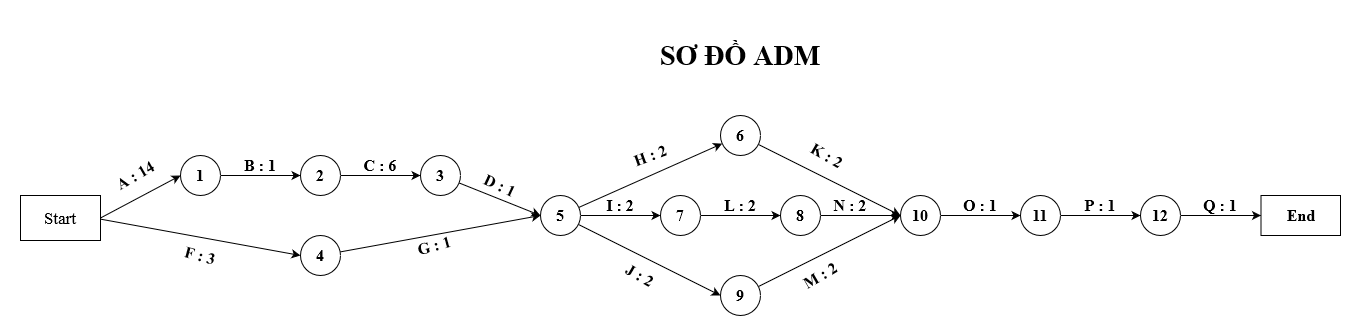
Above: Documents/ADM_Chart.png in H2Q318/HQN-Team (draw.io), before the change. Source tidied: cells renumbered, new cells last; positions are measured from the earlier drawing's top-left corner, leaving out a move shared by most shapes.
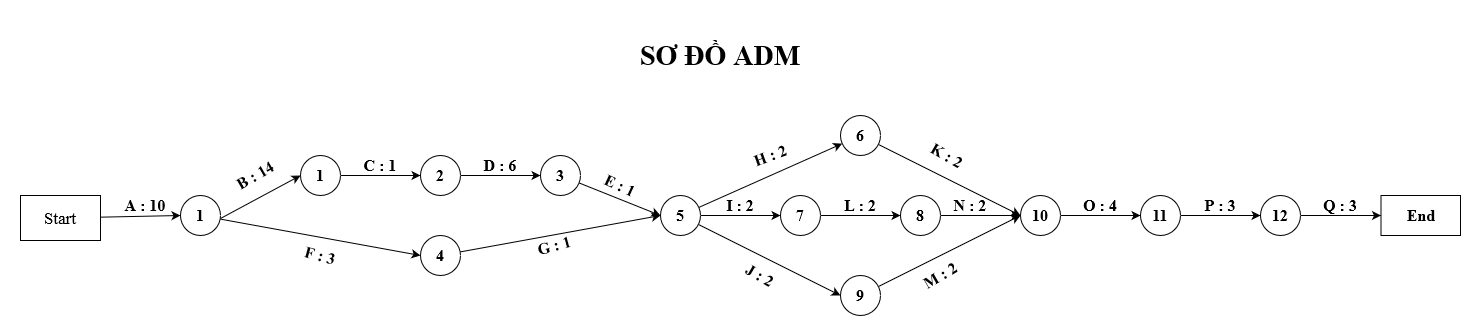
After the commit.

Diff of the diagram source:
```diff
@@ -2,8 +2,10 @@
   <root>
     <mxCell id="0" />
     <mxCell id="1" parent="0" />
-    <mxCell id="2" style="rounded=0;jettySize=auto;html=1;entryX=0;entryY=0.5;entryDx=0;entryDy=0;exitX=1;exitY=0.5;exitDx=0;exitDy=0;fontFamily=Times New Roman;fontSize=16;fontStyle=1;" parent="1" edge="1" source="47" target="5">
-      <mxGeometry relative="1" as="geometry" />
+    <mxCell id="2" style="rounded=0;jettySize=auto;html=1;entryX=0;entryY=0.5;entryDx=0;entryDy=0;fontFamily=Times New Roman;fontSize=16;fontStyle=1;" parent="1" edge="1" target="5">
+      <mxGeometry relative="1" as="geometry">
+        <mxPoint x="80" y="183" as="sourcePoint" />
+      </mxGeometry>
     </mxCell>
     <mxCell id="3" style="edgeStyle=none;rounded=0;jettySize=auto;html=1;entryX=0;entryY=0.5;entryDx=0;entryDy=0;fontFamily=Times New Roman;fontSize=16;fontStyle=1;" parent="1" edge="1" target="9">
       <mxGeometry relative="1" as="geometry">
@@ -92,13 +94,13 @@
     <mxCell id="29" value="12" style="ellipse;whiteSpace=wrap;html=1;fontFamily=Times New Roman;fontSize=16;fontStyle=1;" parent="1" vertex="1">
       <mxGeometry x="1120" y="160" width="40" height="40" as="geometry" />
     </mxCell>
-    <mxCell id="30" value="A : 14" style="text;html=1;strokeColor=none;fillColor=none;align=center;verticalAlign=middle;whiteSpace=wrap;rounded=0;rotation=-30;fontFamily=Times New Roman;fontSize=16;fontStyle=1;" parent="1" vertex="1">
+    <mxCell id="30" value="B : 14" style="text;html=1;strokeColor=none;fillColor=none;align=center;verticalAlign=middle;whiteSpace=wrap;rounded=0;rotation=-30;fontFamily=Times New Roman;fontSize=16;fontStyle=1;" parent="1" vertex="1">
       <mxGeometry x="89.5" y="130" width="50" height="20" as="geometry" />
     </mxCell>
-    <mxCell id="31" value="B : 1" style="text;html=1;strokeColor=none;fillColor=none;align=center;verticalAlign=middle;whiteSpace=wrap;rounded=0;fontFamily=Times New Roman;fontSize=16;fontStyle=1;" parent="1" vertex="1">
+    <mxCell id="31" value="C : 1" style="text;html=1;strokeColor=none;fillColor=none;align=center;verticalAlign=middle;whiteSpace=wrap;rounded=0;fontFamily=Times New Roman;fontSize=16;fontStyle=1;" parent="1" vertex="1">
       <mxGeometry x="220" y="120" width="40" height="20" as="geometry" />
     </mxCell>
-    <mxCell id="32" value="C : 6" style="text;html=1;strokeColor=none;fillColor=none;align=center;verticalAlign=middle;whiteSpace=wrap;rounded=0;fontFamily=Times New Roman;fontSize=16;fontStyle=1;" parent="1" vertex="1">
+    <mxCell id="32" value="D : 6" style="text;html=1;strokeColor=none;fillColor=none;align=center;verticalAlign=middle;whiteSpace=wrap;rounded=0;fontFamily=Times New Roman;fontSize=16;fontStyle=1;" parent="1" vertex="1">
       <mxGeometry x="340" y="120" width="40" height="20" as="geometry" />
     </mxCell>
     <mxCell id="33" value="J : 2" style="text;html=1;strokeColor=none;fillColor=none;align=center;verticalAlign=middle;whiteSpace=wrap;rounded=0;rotation=30;fontFamily=Times New Roman;fontSize=16;fontStyle=1;" parent="1" vertex="1">
@@ -119,7 +121,7 @@
     <mxCell id="38" value="I : 2" style="text;html=1;strokeColor=none;fillColor=none;align=center;verticalAlign=middle;whiteSpace=wrap;rounded=0;fontFamily=Times New Roman;fontSize=16;fontStyle=1;" parent="1" vertex="1">
       <mxGeometry x="580" y="160" width="40" height="20" as="geometry" />
     </mxCell>
-    <mxCell id="39" value="D : 1" style="text;html=1;strokeColor=none;fillColor=none;align=center;verticalAlign=middle;whiteSpace=wrap;rounded=0;rotation=25;fontFamily=Times New Roman;fontSize=16;fontStyle=1;" parent="1" vertex="1">
+    <mxCell id="39" value="E : 1" style="text;html=1;strokeColor=none;fillColor=none;align=center;verticalAlign=middle;whiteSpace=wrap;rounded=0;rotation=25;fontFamily=Times New Roman;fontSize=16;fontStyle=1;" parent="1" vertex="1">
       <mxGeometry x="460" y="140" width="40" height="20" as="geometry" />
     </mxCell>
     <mxCell id="40" value="G : 1" style="text;html=1;strokeColor=none;fillColor=none;align=center;verticalAlign=middle;whiteSpace=wrap;rounded=0;rotation=-15;fontFamily=Times New Roman;fontSize=16;fontStyle=1;" parent="1" vertex="1">
@@ -128,26 +130,35 @@
     <mxCell id="41" value="F : 3" style="text;html=1;strokeColor=none;fillColor=none;align=center;verticalAlign=middle;whiteSpace=wrap;rounded=0;rotation=15;fontFamily=Times New Roman;fontSize=16;fontStyle=1;" parent="1" vertex="1">
       <mxGeometry x="160" y="210" width="40" height="20" as="geometry" />
     </mxCell>
-    <mxCell id="42" value="O : 1" style="text;html=1;strokeColor=none;fillColor=none;align=center;verticalAlign=middle;whiteSpace=wrap;rounded=0;fontFamily=Times New Roman;fontSize=16;fontStyle=1;" parent="1" vertex="1">
+    <mxCell id="42" value="O : 4" style="text;html=1;strokeColor=none;fillColor=none;align=center;verticalAlign=middle;whiteSpace=wrap;rounded=0;fontFamily=Times New Roman;fontSize=16;fontStyle=1;" parent="1" vertex="1">
       <mxGeometry x="940" y="160" width="40" height="20" as="geometry" />
     </mxCell>
     <mxCell id="43" value="M : 2" style="text;html=1;strokeColor=none;fillColor=none;align=center;verticalAlign=middle;whiteSpace=wrap;rounded=0;rotation=-30;fontFamily=Times New Roman;fontSize=16;fontStyle=1;" parent="1" vertex="1">
       <mxGeometry x="780" y="230" width="40" height="20" as="geometry" />
     </mxCell>
-    <mxCell id="44" value="Q : 1" style="text;html=1;strokeColor=none;fillColor=none;align=center;verticalAlign=middle;whiteSpace=wrap;rounded=0;fontFamily=Times New Roman;fontSize=16;fontStyle=1;" parent="1" vertex="1">
+    <mxCell id="44" value="Q : 3" style="text;html=1;strokeColor=none;fillColor=none;align=center;verticalAlign=middle;whiteSpace=wrap;rounded=0;fontFamily=Times New Roman;fontSize=16;fontStyle=1;" parent="1" vertex="1">
       <mxGeometry x="1180" y="160" width="40" height="20" as="geometry" />
     </mxCell>
-    <mxCell id="45" value="P : 1" style="text;html=1;strokeColor=none;fillColor=none;align=center;verticalAlign=middle;whiteSpace=wrap;rounded=0;fontFamily=Times New Roman;fontSize=16;fontStyle=1;" parent="1" vertex="1">
+    <mxCell id="45" value="P : 3" style="text;html=1;strokeColor=none;fillColor=none;align=center;verticalAlign=middle;whiteSpace=wrap;rounded=0;fontFamily=Times New Roman;fontSize=16;fontStyle=1;" parent="1" vertex="1">
       <mxGeometry x="1060" y="160" width="40" height="20" as="geometry" />
     </mxCell>
     <mxCell id="46" value="&lt;h1 style=&quot;font-size: 28px&quot;&gt;&lt;font style=&quot;font-size: 28px&quot;&gt;SƠ ĐỒ ADM&lt;/font&gt;&lt;/h1&gt;" style="text;html=1;strokeColor=none;fillColor=none;align=center;verticalAlign=middle;whiteSpace=wrap;rounded=0;fontFamily=Times New Roman;fontSize=16;fontStyle=1;" parent="1" vertex="1">
-      <mxGeometry x="600" width="240" height="40" as="geometry" />
+      <mxGeometry x="460" width="240" height="40" as="geometry" />
     </mxCell>
+    <mxCell id="49" style="rounded=0;jettySize=auto;html=1;entryX=0;entryY=0.5;entryDx=0;entryDy=0;" parent="1" edge="1" source="47" target="50">
+      <mxGeometry relative="1" as="geometry" />
+    </mxCell>
     <mxCell id="47" value="Start" style="rounded=0;whiteSpace=wrap;html=1;fontFamily=Times New Roman;fontSize=17;" parent="1" vertex="1">
-      <mxGeometry y="160" width="80" height="45" as="geometry" />
+      <mxGeometry x="-120" y="160" width="80" height="45" as="geometry" />
     </mxCell>
     <mxCell id="48" value="End" style="rounded=0;whiteSpace=wrap;html=1;fontFamily=Times New Roman;fontSize=16;fontStyle=1;" parent="1" vertex="1">
       <mxGeometry x="1240.5" y="160" width="79.5" height="40" as="geometry" />
     </mxCell>
+    <mxCell id="50" value="1" style="ellipse;whiteSpace=wrap;html=1;fontFamily=Times New Roman;fontSize=16;fontStyle=1;" parent="1" vertex="1">
+      <mxGeometry x="40" y="160" width="40" height="40" as="geometry" />
+    </mxCell>
+    <mxCell id="51" value="A : 10" style="text;html=1;strokeColor=none;fillColor=none;align=center;verticalAlign=middle;whiteSpace=wrap;rounded=0;rotation=0;fontFamily=Times New Roman;fontSize=16;fontStyle=1;" parent="1" vertex="1">
+      <mxGeometry x="-20" y="160" width="50" height="20" as="geometry" />
+    </mxCell>
   </root>
 </mxGraphModel>
```
